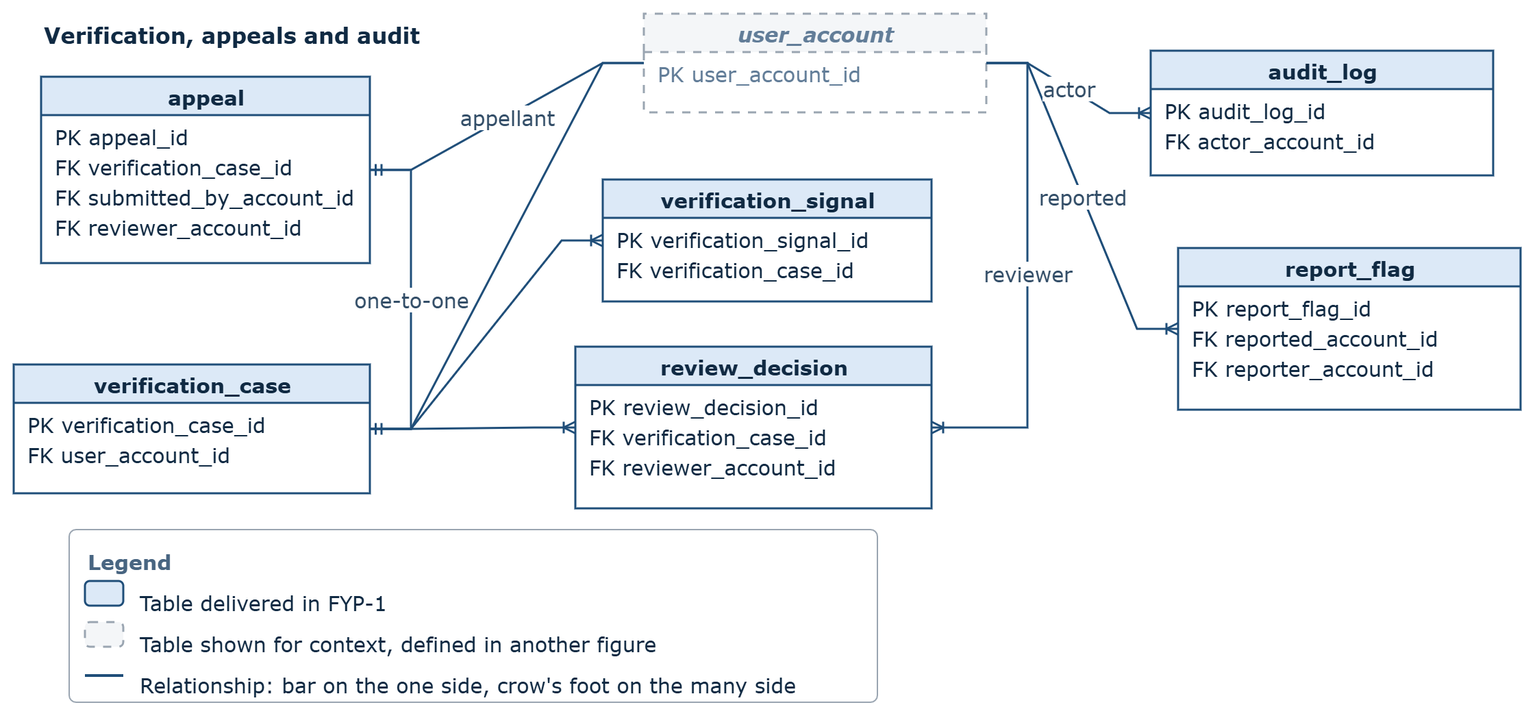
whozahm3d/founders-carnet keeps this draw.io diagram as docs/report/Figures/fig03_er_verification.png. Above is the earlier version. Source tidied: cells renumbered, new cells last; positions are measured from the earlier drawing's top-left corner, leaving out a move shared by most shapes.
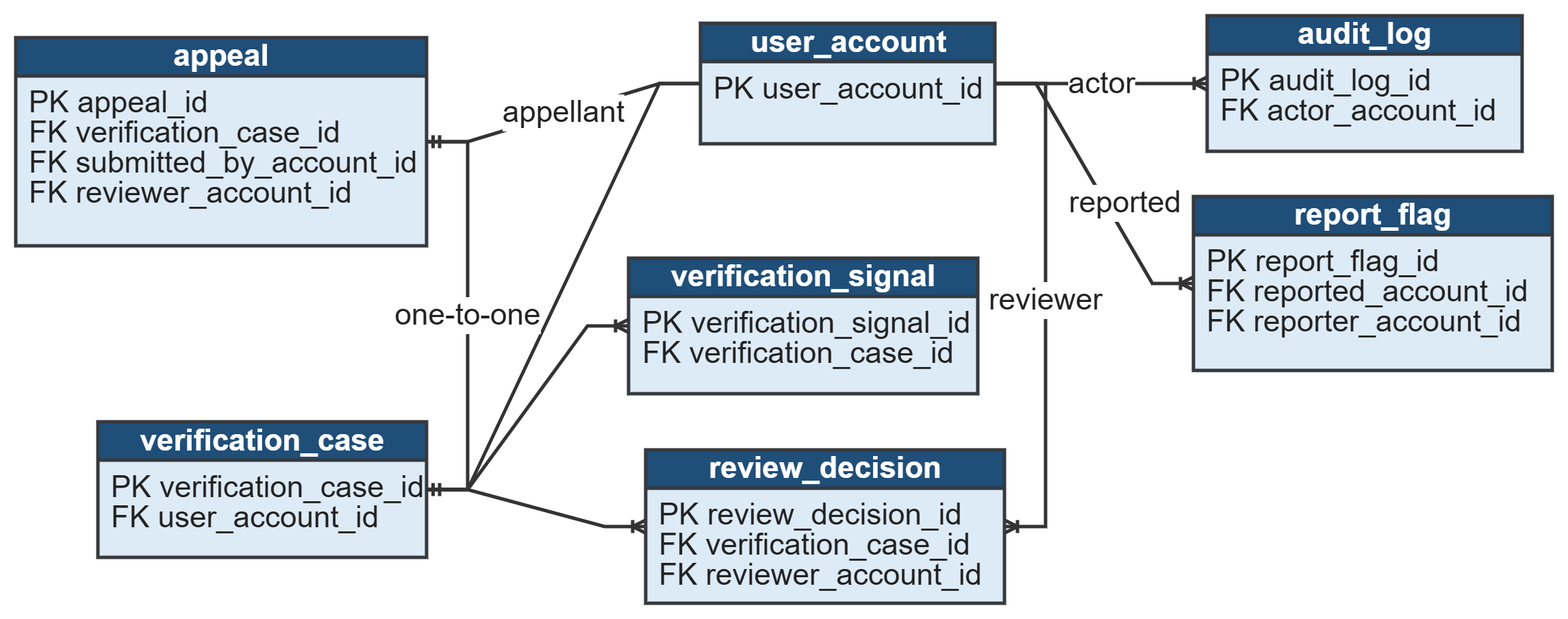
The same diagram one commit later.

What changed in the source:
```diff
@@ -1,128 +1,101 @@
-<mxGraphModel>
+<mxGraphModel background="#FFFFFF">
   <root>
     <mxCell id="0" />
     <mxCell id="1" parent="0" />
-    <mxCell id="2" value="&lt;font style=&quot;font-size: 16px;&quot;&gt;Verification, appeals and audit&lt;/font&gt;" style="text;html=1;fontFamily=Verdana;fontSize=15;fontStyle=1;fontColor=#102A43;align=left;verticalAlign=middle;" parent="1" vertex="1">
-      <mxGeometry x="20" width="900" height="30" as="geometry" />
-    </mxCell>
-    <mxCell id="3" value="user_account" style="swimlane;html=1;startSize=28;fillColor=#F4F6F8;strokeColor=#9AA5B1;strokeWidth=1.5;dashed=1;dashPattern=4 4;fontFamily=Verdana;fontSize=15;fontStyle=3;fontColor=#627D98;align=center;horizontal=1;" parent="1" vertex="1">
-      <mxGeometry x="460" width="250" height="72" as="geometry" />
+    <mxCell id="3" value="user_account" style="swimlane;html=1;startSize=28;fillColor=#1F4E79;strokeColor=#36393d;strokeWidth=2.5;fontFamily=Arial;fontSize=22;fontStyle=1;fontColor=#FFFFFF;align=center;horizontal=1;verticalAlign=middle;swimlaneFillColor=#DDEBF7;" parent="1" vertex="1">
+      <mxGeometry x="540" y="34.5" width="215" height="88" as="geometry" />
     </mxCell>
-    <mxCell id="4" value="PK  user_account_id" style="text;html=1;strokeColor=none;fillColor=none;align=left;spacingLeft=8;fontFamily=Verdana;fontSize=15;fontColor=#627D98;" parent="3" vertex="1">
+    <mxCell id="4" value="PK  user_account_id" style="text;html=1;strokeColor=none;fillColor=none;align=left;spacingLeft=8;fontFamily=Arial;fontSize=22;fontColor=#222222;strokeWidth=2.5;" parent="3" vertex="1">
       <mxGeometry y="28" width="230" height="22" as="geometry" />
     </mxCell>
-    <mxCell id="5" value="verification_case" style="swimlane;html=1;startSize=28;fillColor=#DCE9F7;strokeColor=#1F4E79;strokeWidth=1.5;fontFamily=Verdana;fontSize=15;fontStyle=1;fontColor=#102A43;align=center;horizontal=1;" parent="1" vertex="1">
-      <mxGeometry y="256" width="260" height="94" as="geometry" />
+    <mxCell id="5" value="verification_case" style="swimlane;html=1;startSize=28;fillColor=#1F4E79;strokeColor=#36393d;strokeWidth=2.5;fontFamily=Arial;fontSize=22;fontStyle=1;fontColor=#FFFFFF;align=center;horizontal=1;verticalAlign=middle;swimlaneFillColor=#DDEBF7;" parent="1" vertex="1">
+      <mxGeometry x="100" y="325.5" width="240" height="99" as="geometry" />
     </mxCell>
-    <mxCell id="6" value="PK  verification_case_id" style="text;html=1;strokeColor=none;fillColor=none;align=left;spacingLeft=8;fontFamily=Verdana;fontSize=15;fontColor=#102A43;" parent="5" vertex="1">
+    <mxCell id="6" value="PK  verification_case_id" style="text;html=1;strokeColor=none;fillColor=none;align=left;spacingLeft=8;fontFamily=Arial;fontSize=22;fontColor=#222222;strokeWidth=2.5;" parent="5" vertex="1">
       <mxGeometry y="28" width="230" height="22" as="geometry" />
     </mxCell>
-    <mxCell id="7" value="FK  user_account_id" style="text;html=1;strokeColor=none;fillColor=none;align=left;spacingLeft=8;fontFamily=Verdana;fontSize=15;fontColor=#102A43;" parent="5" vertex="1">
+    <mxCell id="7" value="FK  user_account_id" style="text;html=1;strokeColor=none;fillColor=none;align=left;spacingLeft=8;fontFamily=Arial;fontSize=22;fontColor=#222222;strokeWidth=2.5;" parent="5" vertex="1">
       <mxGeometry y="50" width="230" height="22" as="geometry" />
     </mxCell>
-    <mxCell id="8" value="verification_signal" style="swimlane;html=1;startSize=28;fillColor=#DCE9F7;strokeColor=#1F4E79;strokeWidth=1.5;fontFamily=Verdana;fontSize=15;fontStyle=1;fontColor=#102A43;align=center;horizontal=1;" parent="1" vertex="1">
-      <mxGeometry x="430" y="121" width="240" height="89" as="geometry" />
+    <mxCell id="8" value="verification_signal" style="swimlane;html=1;startSize=28;fillColor=#1F4E79;strokeColor=#36393d;strokeWidth=2.5;fontFamily=Arial;fontSize=22;fontStyle=1;fontColor=#FFFFFF;align=center;horizontal=1;verticalAlign=middle;swimlaneFillColor=#DDEBF7;" parent="1" vertex="1">
+      <mxGeometry x="487.5" y="206" width="255" height="99" as="geometry" />
     </mxCell>
-    <mxCell id="9" value="PK  verification_signal_id" style="text;html=1;strokeColor=none;fillColor=none;align=left;spacingLeft=8;fontFamily=Verdana;fontSize=15;fontColor=#102A43;" parent="8" vertex="1">
+    <mxCell id="9" value="PK  verification_signal_id" style="text;html=1;strokeColor=none;fillColor=none;align=left;spacingLeft=8;fontFamily=Arial;fontSize=22;fontColor=#222222;strokeWidth=2.5;" parent="8" vertex="1">
       <mxGeometry y="28" width="230" height="22" as="geometry" />
     </mxCell>
-    <mxCell id="10" value="FK  verification_case_id" style="text;html=1;strokeColor=none;fillColor=none;align=left;spacingLeft=8;fontFamily=Verdana;fontSize=15;fontColor=#102A43;" parent="8" vertex="1">
+    <mxCell id="10" value="FK  verification_case_id" style="text;html=1;strokeColor=none;fillColor=none;align=left;spacingLeft=8;fontFamily=Arial;fontSize=22;fontColor=#222222;strokeWidth=2.5;" parent="8" vertex="1">
       <mxGeometry y="50" width="230" height="22" as="geometry" />
     </mxCell>
-    <mxCell id="11" value="report_flag" style="swimlane;html=1;startSize=28;fillColor=#DCE9F7;strokeColor=#1F4E79;strokeWidth=1.5;fontFamily=Verdana;fontSize=15;fontStyle=1;fontColor=#102A43;align=center;horizontal=1;" parent="1" vertex="1">
-      <mxGeometry x="850" y="171" width="250" height="118" as="geometry" />
+    <mxCell id="11" value="report_flag" style="swimlane;html=1;startSize=28;strokeWidth=2.5;fontFamily=Arial;fontSize=22;fontStyle=1;align=center;horizontal=1;fillColor=#1F4E79;strokeColor=#36393d;swimlaneFillColor=#DDEBF7;fontColor=#FFFFFF;" parent="1" vertex="1">
+      <mxGeometry x="900" y="161" width="262" height="127" as="geometry" />
     </mxCell>
-    <mxCell id="12" value="PK  report_flag_id" style="text;html=1;strokeColor=none;fillColor=none;align=left;spacingLeft=8;fontFamily=Verdana;fontSize=15;fontColor=#102A43;" parent="11" vertex="1">
+    <mxCell id="12" value="PK  report_flag_id" style="text;html=1;strokeColor=none;fillColor=none;align=left;spacingLeft=8;fontFamily=Arial;fontSize=22;fontColor=#222222;strokeWidth=2.5;" parent="11" vertex="1">
       <mxGeometry y="28" width="230" height="22" as="geometry" />
     </mxCell>
-    <mxCell id="13" value="FK  reported_account_id" style="text;html=1;strokeColor=none;fillColor=none;align=left;spacingLeft=8;fontFamily=Verdana;fontSize=15;fontColor=#102A43;" parent="11" vertex="1">
+    <mxCell id="13" value="FK  reported_account_id" style="text;html=1;strokeColor=none;fillColor=none;align=left;spacingLeft=8;fontFamily=Arial;fontSize=22;fontColor=#222222;strokeWidth=2.5;" parent="11" vertex="1">
       <mxGeometry y="50" width="230" height="22" as="geometry" />
     </mxCell>
-    <mxCell id="14" value="FK  reporter_account_id" style="text;html=1;strokeColor=none;fillColor=none;align=left;spacingLeft=8;fontFamily=Verdana;fontSize=15;fontColor=#102A43;" parent="11" vertex="1">
+    <mxCell id="14" value="FK  reporter_account_id" style="text;html=1;strokeColor=none;fillColor=none;align=left;spacingLeft=8;fontFamily=Arial;fontSize=22;fontColor=#222222;strokeWidth=2.5;" parent="11" vertex="1">
       <mxGeometry y="72" width="230" height="22" as="geometry" />
     </mxCell>
-    <mxCell id="15" value="appeal" style="swimlane;html=1;startSize=28;fillColor=#DCE9F7;strokeColor=#1F4E79;strokeWidth=1.5;fontFamily=Verdana;fontSize=15;fontStyle=1;fontColor=#102A43;align=center;horizontal=1;" parent="1" vertex="1">
-      <mxGeometry x="20" y="46" width="240" height="136" as="geometry" />
+    <mxCell id="15" value="appeal" style="swimlane;html=1;startSize=28;fillColor=#1F4E79;strokeColor=#36393d;strokeWidth=2.5;fontFamily=Arial;fontSize=22;fontStyle=1;fontColor=#FFFFFF;align=center;horizontal=1;verticalAlign=middle;swimlaneFillColor=#DDEBF7;" parent="1" vertex="1">
+      <mxGeometry x="40" y="45" width="300" height="152" as="geometry" />
     </mxCell>
-    <mxCell id="16" value="PK  appeal_id" style="text;html=1;strokeColor=none;fillColor=none;align=left;spacingLeft=8;fontFamily=Verdana;fontSize=15;fontColor=#102A43;" parent="15" vertex="1">
+    <mxCell id="16" value="PK  appeal_id" style="text;html=1;strokeColor=none;fillColor=none;align=left;spacingLeft=8;fontFamily=Arial;fontSize=22;fontColor=#222222;strokeWidth=2.5;" parent="15" vertex="1">
       <mxGeometry y="28" width="230" height="22" as="geometry" />
     </mxCell>
-    <mxCell id="17" value="FK  verification_case_id" style="text;html=1;strokeColor=none;fillColor=none;align=left;spacingLeft=8;fontFamily=Verdana;fontSize=15;fontColor=#102A43;" parent="15" vertex="1">
+    <mxCell id="17" value="FK  verification_case_id" style="text;html=1;strokeColor=none;fillColor=none;align=left;spacingLeft=8;fontFamily=Arial;fontSize=22;fontColor=#222222;strokeWidth=2.5;" parent="15" vertex="1">
       <mxGeometry y="50" width="230" height="22" as="geometry" />
     </mxCell>
-    <mxCell id="18" value="FK  submitted_by_account_id" style="text;html=1;strokeColor=none;fillColor=none;align=left;spacingLeft=8;fontFamily=Verdana;fontSize=15;fontColor=#102A43;" parent="15" vertex="1">
+    <mxCell id="18" value="FK  submitted_by_account_id" style="text;html=1;strokeColor=none;fillColor=none;align=left;spacingLeft=8;fontFamily=Arial;fontSize=22;fontColor=#222222;strokeWidth=2.5;" parent="15" vertex="1">
       <mxGeometry y="72" width="230" height="22" as="geometry" />
     </mxCell>
-    <mxCell id="19" value="FK  reviewer_account_id" style="text;html=1;strokeColor=none;fillColor=none;align=left;spacingLeft=8;fontFamily=Verdana;fontSize=15;fontColor=#102A43;" parent="15" vertex="1">
+    <mxCell id="19" value="FK  reviewer_account_id" style="text;html=1;strokeColor=none;fillColor=none;align=left;spacingLeft=8;fontFamily=Arial;fontSize=22;fontColor=#222222;strokeWidth=2.5;" parent="15" vertex="1">
       <mxGeometry y="94" width="230" height="22" as="geometry" />
     </mxCell>
-    <mxCell id="20" value="audit_log" style="swimlane;html=1;startSize=28;fillColor=#DCE9F7;strokeColor=#1F4E79;strokeWidth=1.5;fontFamily=Verdana;fontSize=15;fontStyle=1;fontColor=#102A43;align=center;horizontal=1;" parent="1" vertex="1">
-      <mxGeometry x="830" y="27" width="250" height="91" as="geometry" />
+    <mxCell id="20" value="audit_log" style="swimlane;html=1;startSize=28;fillColor=#1F4E79;strokeColor=#36393d;strokeWidth=2.5;fontFamily=Arial;fontSize=22;fontStyle=1;fontColor=#FFFFFF;align=center;horizontal=1;verticalAlign=middle;swimlaneFillColor=#DDEBF7;" parent="1" vertex="1">
+      <mxGeometry x="910" y="29" width="230" height="99" as="geometry" />
     </mxCell>
-    <mxCell id="21" value="PK  audit_log_id" style="text;html=1;strokeColor=none;fillColor=none;align=left;spacingLeft=8;fontFamily=Verdana;fontSize=15;fontColor=#102A43;" parent="20" vertex="1">
+    <mxCell id="21" value="PK  audit_log_id" style="text;html=1;strokeColor=none;fillColor=none;align=left;spacingLeft=8;fontFamily=Arial;fontSize=22;fontColor=#222222;strokeWidth=2.5;" parent="20" vertex="1">
       <mxGeometry y="28" width="230" height="22" as="geometry" />
     </mxCell>
-    <mxCell id="22" value="FK  actor_account_id" style="text;html=1;strokeColor=none;fillColor=none;align=left;spacingLeft=8;fontFamily=Verdana;fontSize=15;fontColor=#102A43;" parent="20" vertex="1">
+    <mxCell id="22" value="FK  actor_account_id" style="text;html=1;strokeColor=none;fillColor=none;align=left;spacingLeft=8;fontFamily=Arial;fontSize=22;fontColor=#222222;strokeWidth=2.5;" parent="20" vertex="1">
       <mxGeometry y="50" width="230" height="22" as="geometry" />
     </mxCell>
-    <mxCell id="23" style="edgeStyle=entityRelationEdgeStyle;rounded=0;html=1;strokeColor=#1F4E79;strokeWidth=1.5;startArrow=ERmandatoryOne;startFill=0;endArrow=none;endFill=0;fontFamily=Verdana;fontSize=15;fontColor=#334E68;" parent="1" edge="1" source="3" target="5">
+    <mxCell id="23" style="edgeStyle=entityRelationEdgeStyle;rounded=0;html=1;strokeColor=#333333;strokeWidth=2.5;startArrow=ERmandatoryOne;startFill=0;endArrow=none;endFill=0;fontFamily=Arial;fontSize=22;fontColor=#222222;" parent="1" edge="1" source="3" target="5">
       <mxGeometry relative="1" as="geometry" />
     </mxCell>
-    <mxCell id="24" style="edgeStyle=entityRelationEdgeStyle;rounded=0;html=1;strokeColor=#1F4E79;strokeWidth=1.5;startArrow=ERmandatoryOne;startFill=0;endArrow=ERoneToMany;endFill=0;fontFamily=Verdana;fontSize=15;fontColor=#334E68;" parent="1" edge="1" source="5" target="8">
+    <mxCell id="24" style="edgeStyle=entityRelationEdgeStyle;rounded=0;html=1;strokeColor=#333333;strokeWidth=2.5;startArrow=ERmandatoryOne;startFill=0;endArrow=ERoneToMany;endFill=0;fontFamily=Arial;fontSize=22;fontColor=#222222;" parent="1" edge="1" source="5" target="8">
       <mxGeometry relative="1" as="geometry" />
     </mxCell>
-    <mxCell id="25" style="edgeStyle=entityRelationEdgeStyle;rounded=0;html=1;strokeColor=#1F4E79;strokeWidth=1.5;startArrow=ERmandatoryOne;startFill=0;endArrow=ERoneToMany;endFill=0;fontFamily=Verdana;fontSize=15;fontColor=#334E68;" parent="1" edge="1" source="5" target="39">
+    <mxCell id="25" style="edgeStyle=entityRelationEdgeStyle;rounded=0;html=1;strokeColor=#333333;strokeWidth=2.5;startArrow=ERmandatoryOne;startFill=0;endArrow=ERoneToMany;endFill=0;fontFamily=Arial;fontSize=22;fontColor=#222222;" parent="1" edge="1" source="5" target="39">
       <mxGeometry relative="1" as="geometry" />
     </mxCell>
-    <mxCell id="26" value="one-to-one" style="edgeStyle=entityRelationEdgeStyle;rounded=0;html=1;strokeColor=#1F4E79;strokeWidth=1.5;startArrow=ERmandOne;startFill=0;endArrow=ERmandatoryOne;endFill=0;fontFamily=Verdana;fontSize=15;fontColor=#334E68;" parent="1" edge="1" source="5" target="15">
+    <mxCell id="26" value="one-to-one" style="edgeStyle=entityRelationEdgeStyle;rounded=0;html=1;strokeColor=#333333;strokeWidth=2.5;startArrow=ERmandOne;startFill=0;endArrow=ERmandatoryOne;endFill=0;fontFamily=Arial;fontSize=22;fontColor=#222222;" parent="1" edge="1" source="5" target="15">
       <mxGeometry relative="1" as="geometry" />
     </mxCell>
-    <mxCell id="27" value="reviewer" style="edgeStyle=entityRelationEdgeStyle;rounded=0;html=1;strokeColor=#1F4E79;strokeWidth=1.5;startArrow=ERmandatoryOne;startFill=0;endArrow=ERoneToMany;endFill=0;fontFamily=Verdana;fontSize=15;fontColor=#334E68;" parent="1" edge="1" source="3" target="39">
+    <mxCell id="27" value="reviewer" style="edgeStyle=entityRelationEdgeStyle;rounded=0;html=1;strokeColor=#333333;strokeWidth=2.5;startArrow=ERmandatoryOne;startFill=0;endArrow=ERoneToMany;endFill=0;fontFamily=Arial;fontSize=22;fontColor=#222222;" parent="1" edge="1" source="3" target="39">
       <mxGeometry relative="1" as="geometry" />
     </mxCell>
-    <mxCell id="28" value="appellant" style="edgeStyle=entityRelationEdgeStyle;rounded=0;html=1;strokeColor=#1F4E79;strokeWidth=1.5;startArrow=ERmandatoryOne;startFill=0;endArrow=ERmandOne;endFill=0;fontFamily=Verdana;fontSize=15;fontColor=#334E68;" parent="1" edge="1" source="3" target="15">
+    <mxCell id="28" value="appellant" style="edgeStyle=entityRelationEdgeStyle;rounded=0;html=1;strokeColor=#333333;strokeWidth=2.5;startArrow=ERmandatoryOne;startFill=0;endArrow=ERmandOne;endFill=0;fontFamily=Arial;fontSize=22;fontColor=#222222;" parent="1" edge="1" source="3" target="15">
       <mxGeometry relative="1" as="geometry" />
     </mxCell>
-    <mxCell id="29" value="reported" style="edgeStyle=entityRelationEdgeStyle;rounded=0;html=1;strokeColor=#1F4E79;strokeWidth=1.5;startArrow=ERmandatoryOne;startFill=0;endArrow=ERoneToMany;endFill=0;fontFamily=Verdana;fontSize=15;fontColor=#334E68;" parent="1" edge="1" source="3" target="11">
-      <mxGeometry relative="1" as="geometry" />
+    <mxCell id="29" value="reported" style="edgeStyle=entityRelationEdgeStyle;rounded=0;html=1;strokeColor=#333333;strokeWidth=2.5;startArrow=ERmandatoryOne;startFill=0;endArrow=ERoneToMany;endFill=0;fontFamily=Arial;fontSize=22;fontColor=#222222;" parent="1" edge="1" source="3" target="11">
+      <mxGeometry x="0.21" y="12" relative="1" as="geometry" />
     </mxCell>
-    <mxCell id="30" value="actor" style="edgeStyle=entityRelationEdgeStyle;rounded=0;html=1;strokeColor=#1F4E79;strokeWidth=1.5;startArrow=ERmandatoryOne;startFill=0;endArrow=ERoneToMany;endFill=0;fontFamily=Verdana;fontSize=15;fontColor=#334E68;" parent="1" edge="1" source="3" target="20">
+    <mxCell id="30" value="actor" style="edgeStyle=entityRelationEdgeStyle;rounded=0;html=1;strokeColor=#333333;strokeWidth=2.5;startArrow=ERmandatoryOne;startFill=0;endArrow=ERoneToMany;endFill=0;fontFamily=Arial;fontSize=22;fontColor=#222222;" parent="1" edge="1" source="3" target="20">
       <mxGeometry relative="1" as="geometry" />
     </mxCell>
-    <mxCell id="31" style="rounded=1;arcSize=4;html=1;fillColor=none;strokeColor=#9AA5B1;strokeWidth=1;fontSize=15;" parent="1" vertex="1">
-      <mxGeometry x="40" y="376" width="590" height="126" as="geometry" />
-    </mxCell>
-    <mxCell id="32" value="Legend" style="text;html=1;fontFamily=Verdana;fontSize=15;fontStyle=1;fontColor=#486581;align=left;" parent="1" vertex="1">
-      <mxGeometry x="52" y="384" width="200" height="20" as="geometry" />
-    </mxCell>
-    <mxCell id="33" style="rounded=1;arcSize=20;html=1;fillColor=#DCE9F7;strokeColor=#1F4E79;strokeWidth=1.5;fontSize=15;" parent="1" vertex="1">
-      <mxGeometry x="52" y="414" width="28" height="18" as="geometry" />
-    </mxCell>
-    <mxCell id="34" value="Table delivered in FYP-1" style="text;html=1;fontFamily=Verdana;fontSize=15;fontColor=#102A43;align=left;" parent="1" vertex="1">
-      <mxGeometry x="90" y="414" width="440" height="18" as="geometry" />
-    </mxCell>
-    <mxCell id="35" style="rounded=1;arcSize=20;html=1;fillColor=#F4F6F8;strokeColor=#9AA5B1;strokeWidth=1.5;dashed=1;dashPattern=4 4;fontSize=15;" parent="1" vertex="1">
-      <mxGeometry x="52" y="444" width="28" height="18" as="geometry" />
-    </mxCell>
-    <mxCell id="36" value="Table shown for context, defined in another figure" style="text;html=1;fontFamily=Verdana;fontSize=15;fontColor=#102A43;align=left;" parent="1" vertex="1">
-      <mxGeometry x="90" y="444" width="440" height="18" as="geometry" />
-    </mxCell>
-    <mxCell id="37" style="shape=line;html=1;strokeColor=#1F4E79;strokeWidth=2;fontSize=15;" parent="1" vertex="1">
-      <mxGeometry x="52" y="474" width="28" height="18" as="geometry" />
-    </mxCell>
-    <mxCell id="38" value="Relationship: bar on the one side, crow's foot on the many side" style="text;html=1;fontFamily=Verdana;fontSize=15;fontColor=#102A43;align=left;" parent="1" vertex="1">
-      <mxGeometry x="90" y="474" width="460" height="18" as="geometry" />
-    </mxCell>
-    <mxCell id="39" value="review_decision" style="swimlane;html=1;startSize=28;fillColor=#DCE9F7;strokeColor=#1F4E79;strokeWidth=1.5;fontFamily=Verdana;fontSize=15;fontStyle=1;fontColor=#102A43;align=center;horizontal=1;" parent="1" vertex="1">
-      <mxGeometry x="410" y="243" width="260" height="118" as="geometry" />
+    <mxCell id="39" value="review_decision" style="swimlane;html=1;startSize=28;fillColor=#1F4E79;strokeColor=#36393d;strokeWidth=2.5;fontFamily=Arial;fontSize=22;fontStyle=1;fontColor=#FFFFFF;align=center;horizontal=1;verticalAlign=middle;swimlaneFillColor=#DDEBF7;" parent="1" vertex="1">
+      <mxGeometry x="500" y="346" width="262" height="112" as="geometry" />
     </mxCell>
-    <mxCell id="40" value="PK  review_decision_id" style="text;html=1;strokeColor=none;fillColor=none;align=left;spacingLeft=8;fontFamily=Verdana;fontSize=15;fontColor=#102A43;" parent="39" vertex="1">
+    <mxCell id="40" value="PK  review_decision_id" style="text;html=1;strokeColor=none;fillColor=none;align=left;spacingLeft=8;fontFamily=Arial;fontSize=22;fontColor=#222222;strokeWidth=2.5;" parent="39" vertex="1">
       <mxGeometry y="28" width="230" height="22" as="geometry" />
     </mxCell>
-    <mxCell id="41" value="FK  verification_case_id" style="text;html=1;strokeColor=none;fillColor=none;align=left;spacingLeft=8;fontFamily=Verdana;fontSize=15;fontColor=#102A43;" parent="39" vertex="1">
+    <mxCell id="41" value="FK  verification_case_id" style="text;html=1;strokeColor=none;fillColor=none;align=left;spacingLeft=8;fontFamily=Arial;fontSize=22;fontColor=#222222;strokeWidth=2.5;" parent="39" vertex="1">
       <mxGeometry y="50" width="230" height="22" as="geometry" />
     </mxCell>
-    <mxCell id="42" value="FK  reviewer_account_id" style="text;html=1;strokeColor=none;fillColor=none;align=left;spacingLeft=8;fontFamily=Verdana;fontSize=15;fontColor=#102A43;" parent="39" vertex="1">
+    <mxCell id="42" value="FK  reviewer_account_id" style="text;html=1;strokeColor=none;fillColor=none;align=left;spacingLeft=8;fontFamily=Arial;fontSize=22;fontColor=#222222;strokeWidth=2.5;" parent="39" vertex="1">
       <mxGeometry y="72" width="230" height="22" as="geometry" />
     </mxCell>
   </root>
```
